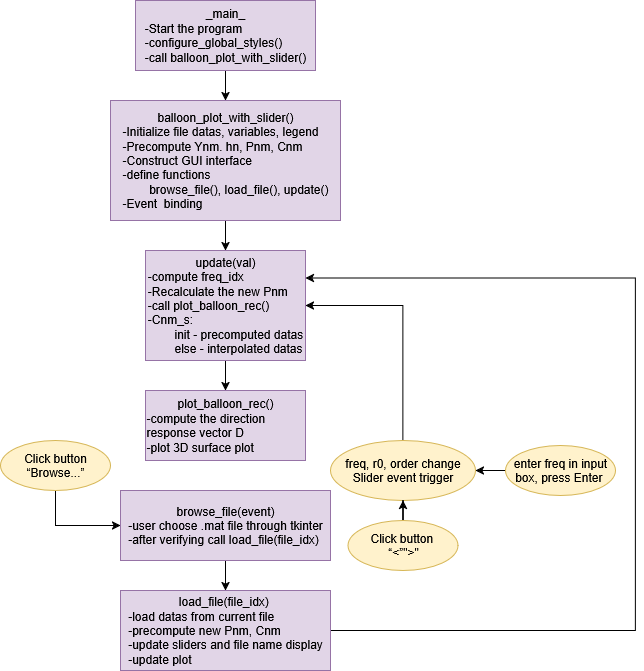
Before: images/workflow.drawio.png, a diagram exported from draw.io (audiolabs/DEISM). Source tidied: cells renumbered, new cells last; positions are measured from the earlier drawing's top-left corner, leaving out a move shared by most shapes.
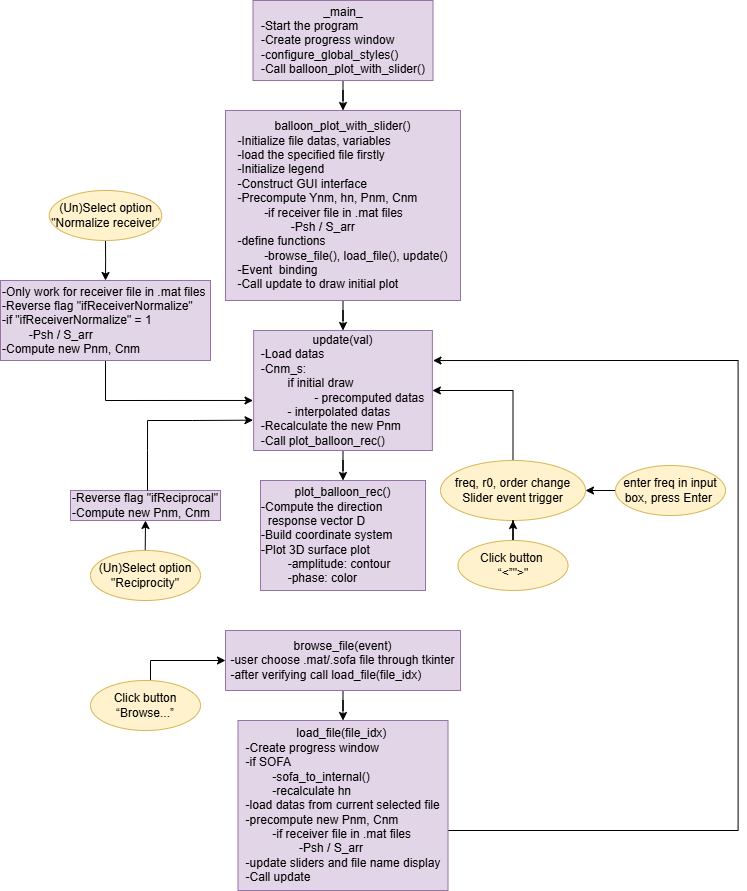
The same diagram one commit later.

What changed in the source:
```diff
@@ -2,57 +2,60 @@
   <root>
     <mxCell id="0" />
     <mxCell id="1" parent="0" />
-    <mxCell id="2" style="edgeStyle=orthogonalEdgeStyle;rounded=0;jettySize=auto;html=1;" parent="1" edge="1" source="3" target="5">
-      <mxGeometry relative="1" as="geometry" />
-    </mxCell>
-    <mxCell id="3" value="_main_&lt;br&gt;&lt;div align=&quot;left&quot;&gt;-Start the program&lt;/div&gt;&lt;div align=&quot;left&quot;&gt;-configure_global_styles()&lt;/div&gt;-call balloon_plot_with_slider()" style="rounded=0;whiteSpace=wrap;html=1;fillColor=#e1d5e7;strokeColor=#9673a6;" parent="1" vertex="1">
-      <mxGeometry x="135" width="180" height="70" as="geometry" />
-    </mxCell>
-    <mxCell id="4" style="edgeStyle=orthogonalEdgeStyle;rounded=0;jettySize=auto;html=1;" parent="1" edge="1" source="5" target="7">
-      <mxGeometry relative="1" as="geometry" />
-    </mxCell>
-    <mxCell id="5" value="balloon_plot_with_slider()&lt;br&gt;&lt;div align=&quot;left&quot;&gt;-Initialize file datas, variables, legend&lt;br&gt;-Precompute Ynm. hn, Pnm, Cnm&lt;br&gt;-Construct GUI interface&lt;br&gt;-define functions&amp;nbsp;&lt;/div&gt;&lt;div align=&quot;left&quot;&gt;&lt;span style=&quot;white-space: pre;&quot;&gt;&#9;&lt;/span&gt;browse_file(), load_file(), update()&lt;br&gt;-Event&amp;nbsp; binding&lt;br&gt;&lt;/div&gt;" style="rounded=0;whiteSpace=wrap;html=1;fillColor=#e1d5e7;strokeColor=#9673a6;" parent="1" vertex="1">
-      <mxGeometry x="110" y="100" width="230" height="120" as="geometry" />
-    </mxCell>
-    <mxCell id="6" style="edgeStyle=orthogonalEdgeStyle;rounded=0;jettySize=auto;html=1;" parent="1" edge="1" source="7" target="8">
-      <mxGeometry relative="1" as="geometry" />
-    </mxCell>
-    <mxCell id="7" value="update(val)&lt;br&gt;&lt;div align=&quot;left&quot;&gt;-compute freq_idx&lt;br&gt;-Recalculate the new Pnm&lt;br&gt;-call plot_balloon_rec()&lt;/div&gt;&lt;div align=&quot;left&quot;&gt;-Cnm_s:&amp;nbsp;&lt;/div&gt;&lt;div align=&quot;left&quot;&gt;&lt;span style=&quot;white-space: pre;&quot;&gt;&#9;&lt;/span&gt;init - precomputed datas&lt;/div&gt;&lt;div align=&quot;left&quot;&gt;&lt;span style=&quot;white-space: pre;&quot;&gt;&#9;&lt;/span&gt;else - interpolated datas&lt;/div&gt;" style="rounded=0;whiteSpace=wrap;html=1;fillColor=#e1d5e7;strokeColor=#9673a6;" parent="1" vertex="1">
-      <mxGeometry x="145" y="250" width="160" height="110" as="geometry" />
-    </mxCell>
-    <mxCell id="8" value="plot_balloon_rec()&lt;br&gt;&lt;div align=&quot;left&quot;&gt;-compute the direction response vector D&lt;br&gt;-plot 3D surface plot&lt;/div&gt;" style="rounded=0;whiteSpace=wrap;html=1;fillColor=#e1d5e7;strokeColor=#9673a6;" parent="1" vertex="1">
-      <mxGeometry x="145" y="390" width="160" height="70" as="geometry" />
-    </mxCell>
-    <mxCell id="9" style="edgeStyle=orthogonalEdgeStyle;rounded=0;jettySize=auto;html=1;" parent="1" edge="1" source="10" target="12">
-      <mxGeometry relative="1" as="geometry" />
-    </mxCell>
-    <mxCell id="10" value="browse_file(event)&lt;br&gt;&lt;div align=&quot;left&quot;&gt;-user choose .mat file through tkinter&lt;br&gt;-after verifying call load_file(file_idx)&lt;/div&gt;" style="rounded=0;whiteSpace=wrap;html=1;fillColor=#e1d5e7;strokeColor=#9673a6;" parent="1" vertex="1">
-      <mxGeometry x="120" y="490" width="210" height="70" as="geometry" />
-    </mxCell>
-    <mxCell id="11" style="edgeStyle=orthogonalEdgeStyle;rounded=0;jettySize=auto;html=1;exitX=1;exitY=0.5;exitDx=0;exitDy=0;entryX=1;entryY=0.25;entryDx=0;entryDy=0;" parent="1" edge="1" source="12" target="7">
-      <mxGeometry relative="1" as="geometry">
-        <Array as="points">
-          <mxPoint x="635" y="630" />
-          <mxPoint x="635" y="278" />
-        </Array>
-      </mxGeometry>
-    </mxCell>
-    <mxCell id="12" value="load_file(file_idx)&amp;nbsp;&lt;br&gt;&lt;div align=&quot;left&quot;&gt;-load datas from current file&lt;br&gt;-precompute new Pnm, Cnm&lt;br&gt;-update sliders and file name display&lt;br&gt;-update plot&lt;/div&gt;" style="rounded=0;whiteSpace=wrap;html=1;fillColor=#e1d5e7;strokeColor=#9673a6;" parent="1" vertex="1">
-      <mxGeometry x="120" y="590" width="210" height="80" as="geometry" />
-    </mxCell>
-    <mxCell id="13" style="edgeStyle=orthogonalEdgeStyle;rounded=0;jettySize=auto;html=1;entryX=0;entryY=0.5;entryDx=0;entryDy=0;" parent="1" edge="1" source="14" target="10">
-      <mxGeometry relative="1" as="geometry">
-        <Array as="points">
-          <mxPoint x="55" y="525" />
-        </Array>
-      </mxGeometry>
-    </mxCell>
+    <mxCell id="21" style="edgeStyle=orthogonalEdgeStyle;rounded=0;jettySize=auto;html=1;" parent="1" edge="1" source="22" target="24">
+      <mxGeometry relative="1" as="geometry" />
+    </mxCell>
+    <mxCell id="22" value="_main_&lt;br&gt;&lt;div align=&quot;left&quot;&gt;-Start the program&lt;/div&gt;&lt;div align=&quot;left&quot;&gt;-Create progress window&lt;/div&gt;&lt;div align=&quot;left&quot;&gt;-configure_global_styles()&lt;/div&gt;-Call balloon_plot_with_slider()" style="rounded=0;whiteSpace=wrap;html=1;fillColor=#e1d5e7;strokeColor=#9673a6;" parent="1" vertex="1">
+      <mxGeometry x="142.5" y="-20" width="180" height="80" as="geometry" />
+    </mxCell>
+    <mxCell id="23" style="edgeStyle=orthogonalEdgeStyle;rounded=0;jettySize=auto;html=1;" parent="1" edge="1" source="24" target="26">
+      <mxGeometry relative="1" as="geometry" />
+    </mxCell>
+    <mxCell id="24" value="balloon_plot_with_slider()&lt;br&gt;&lt;div align=&quot;left&quot;&gt;-Initialize file datas, variables&lt;/div&gt;&lt;div align=&quot;left&quot;&gt;-l&lt;span style=&quot;background-color: transparent; color: light-dark(rgb(0, 0, 0), rgb(255, 255, 255));&quot;&gt;oad the specified&amp;nbsp;file firstly&lt;/span&gt;&lt;/div&gt;&lt;div align=&quot;left&quot;&gt;-Initialize&amp;nbsp;legend&lt;br&gt;-Construct GUI interface&lt;/div&gt;&lt;div align=&quot;left&quot;&gt;-Precompute Ynm, hn, Pnm, Cnm&lt;/div&gt;&lt;div align=&quot;left&quot;&gt;&lt;span style=&quot;white-space: pre;&quot;&gt;&#9;&lt;/span&gt;-if receiver file in .mat files&lt;/div&gt;&lt;div align=&quot;left&quot;&gt;&lt;span style=&quot;white-space: pre;&quot;&gt;&#9;&lt;span style=&quot;white-space: pre;&quot;&gt;&#9;&lt;/span&gt;-P&lt;/span&gt;sh / S_arr&lt;br&gt;-define functions&amp;nbsp;&lt;/div&gt;&lt;div align=&quot;left&quot;&gt;&lt;span style=&quot;white-space: pre;&quot;&gt;&#9;&lt;/span&gt;-browse_file(), load_file(), update()&lt;br&gt;-Event&amp;nbsp; binding&lt;br&gt;&lt;/div&gt;&lt;div align=&quot;left&quot;&gt;-Call update to draw initial plot&lt;/div&gt;" style="rounded=0;whiteSpace=wrap;html=1;fillColor=#e1d5e7;strokeColor=#9673a6;" parent="1" vertex="1">
+      <mxGeometry x="115" y="90" width="235" height="190" as="geometry" />
+    </mxCell>
+    <mxCell id="25" style="edgeStyle=orthogonalEdgeStyle;rounded=0;jettySize=auto;html=1;" parent="1" edge="1" source="26" target="27">
+      <mxGeometry relative="1" as="geometry" />
+    </mxCell>
+    <mxCell id="26" value="update(val)&lt;br&gt;&lt;div align=&quot;left&quot;&gt;-Load datas&lt;/div&gt;&lt;div align=&quot;left&quot;&gt;&lt;div align=&quot;left&quot;&gt;-Cnm_s:&amp;nbsp;&lt;/div&gt;&lt;div align=&quot;left&quot;&gt;&lt;span style=&quot;white-space: pre;&quot;&gt;&#9;&lt;/span&gt;if initial draw&lt;/div&gt;&lt;div align=&quot;left&quot;&gt;&lt;span style=&quot;white-space: pre;&quot;&gt;&#9;&lt;span style=&quot;white-space: pre;&quot;&gt;&#9;&lt;/span&gt;&lt;/span&gt;- precomputed datas&lt;/div&gt;&lt;div align=&quot;left&quot;&gt;&lt;span style=&quot;white-space: pre;&quot;&gt;&#9;&lt;/span&gt;- interpolated datas&lt;/div&gt;-Recalculate the new Pnm&lt;br&gt;-Call plot_balloon_rec()&lt;/div&gt;" style="rounded=0;whiteSpace=wrap;html=1;fillColor=#e1d5e7;strokeColor=#9673a6;" parent="1" vertex="1">
+      <mxGeometry x="143.1" y="310" width="178.8" height="120" as="geometry" />
+    </mxCell>
+    <mxCell id="27" value="plot_balloon_rec()&lt;br&gt;&lt;div align=&quot;left&quot;&gt;-Compute the direction&amp;nbsp; &amp;nbsp; &amp;nbsp; &amp;nbsp; &amp;nbsp; &amp;nbsp; &amp;nbsp; response vector D&lt;/div&gt;&lt;div align=&quot;left&quot;&gt;-Build coordinate system&lt;br&gt;-Plot 3D surface plot&lt;/div&gt;&lt;div align=&quot;left&quot;&gt;&lt;span style=&quot;white-space: pre;&quot;&gt;&#9;&lt;/span&gt;-amplitude: contour&lt;br&gt;&lt;/div&gt;&lt;div align=&quot;left&quot;&gt;&lt;span style=&quot;white-space: pre;&quot;&gt;&#9;&lt;/span&gt;-phase: color&lt;br&gt;&lt;/div&gt;" style="rounded=0;whiteSpace=wrap;html=1;fillColor=#e1d5e7;strokeColor=#9673a6;" parent="1" vertex="1">
+      <mxGeometry x="150" y="460" width="165" height="110" as="geometry" />
+    </mxCell>
+    <mxCell id="28" style="edgeStyle=orthogonalEdgeStyle;rounded=0;jettySize=auto;html=1;" parent="1" edge="1" source="29" target="31">
+      <mxGeometry relative="1" as="geometry" />
+    </mxCell>
+    <mxCell id="29" value="browse_file(event)&lt;br&gt;&lt;div align=&quot;left&quot;&gt;-user choose .mat/.sofa file through tkinter&lt;br&gt;-after verifying call load_file(file_idx)&lt;/div&gt;" style="rounded=0;whiteSpace=wrap;html=1;fillColor=#e1d5e7;strokeColor=#9673a6;" parent="1" vertex="1">
+      <mxGeometry x="115" y="610" width="235" height="60" as="geometry" />
+    </mxCell>
+    <mxCell id="30" style="edgeStyle=orthogonalEdgeStyle;rounded=0;orthogonalLoop=1;jettySize=auto;html=1;exitX=1;exitY=0.5;exitDx=0;exitDy=0;" parent="1" edge="1">
+      <mxGeometry relative="1" as="geometry">
+        <mxPoint x="323.1" y="781.3" as="sourcePoint" />
+        <mxPoint x="322.5" y="340" as="targetPoint" />
+        <Array as="points">
+          <mxPoint x="322.6" y="810" />
+          <mxPoint x="627.6" y="810" />
+          <mxPoint x="627.6" y="340" />
+        </Array>
+      </mxGeometry>
+    </mxCell>
+    <mxCell id="31" value="load_file(file_idx)&amp;nbsp;&lt;div&gt;&lt;div align=&quot;left&quot;&gt;-Create progress window&lt;/div&gt;&lt;div align=&quot;left&quot;&gt;&lt;div align=&quot;left&quot;&gt;-if SOFA&lt;/div&gt;&lt;div align=&quot;left&quot;&gt;&lt;span style=&quot;white-space: pre;&quot;&gt;&#9;&lt;/span&gt;-sofa_to_internal()&lt;/div&gt;&lt;div align=&quot;left&quot;&gt;&lt;span style=&quot;white-space: pre;&quot;&gt;&#9;&lt;/span&gt;-recalculate hn&lt;br&gt;&lt;/div&gt;&lt;/div&gt;&lt;div align=&quot;left&quot;&gt;-load datas from current selected file&lt;/div&gt;&lt;div align=&quot;left&quot;&gt;-precompute new Pnm, Cnm&lt;/div&gt;&lt;div align=&quot;left&quot;&gt;&lt;span style=&quot;white-space: pre;&quot;&gt;&#9;&lt;/span&gt;&lt;span style=&quot;background-color: transparent; color: light-dark(rgb(0, 0, 0), rgb(255, 255, 255)); text-align: center;&quot;&gt;-if receiver file in .mat files&lt;/span&gt;&lt;/div&gt;&lt;div align=&quot;left&quot;&gt;&lt;span style=&quot;white-space: pre;&quot;&gt;&#9;&lt;span style=&quot;white-space: pre;&quot;&gt;&#9;&lt;/span&gt;-P&lt;/span&gt;sh / S_arr&lt;span style=&quot;background-color: transparent; color: light-dark(rgb(0, 0, 0), rgb(255, 255, 255)); text-align: center; white-space: pre;&quot;&gt;&#9;&lt;/span&gt;&lt;/div&gt;&lt;div align=&quot;left&quot;&gt;-update sliders and file name display&lt;br&gt;-Call update&lt;br&gt;&lt;/div&gt;&lt;/div&gt;" style="rounded=0;whiteSpace=wrap;html=1;fillColor=#e1d5e7;strokeColor=#9673a6;" parent="1" vertex="1">
+      <mxGeometry x="127.5" y="700" width="210" height="170" as="geometry" />
+    </mxCell>
+    <mxCell id="32" style="edgeStyle=orthogonalEdgeStyle;rounded=0;jettySize=auto;html=1;entryX=0;entryY=0.5;entryDx=0;entryDy=0;" parent="1" edge="1" source="14" target="29">
+      <mxGeometry relative="1" as="geometry">
+        <Array as="points">
+          <mxPoint x="40" y="640" />
+        </Array>
+      </mxGeometry>
+    </mxCell>
     <mxCell id="14" value="Click button “Browse...”" style="ellipse;whiteSpace=wrap;html=1;fillColor=#fff2cc;strokeColor=#d6b656;" parent="1" vertex="1">
-      <mxGeometry y="440" width="110" height="50" as="geometry" />
+      <mxGeometry x="-20" y="660" width="110" height="50" as="geometry" />
     </mxCell>
-    <mxCell id="15" style="edgeStyle=orthogonalEdgeStyle;rounded=0;jettySize=auto;html=1;exitX=0.5;exitY=0;exitDx=0;exitDy=0;entryX=1;entryY=0.5;entryDx=0;entryDy=0;" parent="1" edge="1" source="16" target="7">
-      <mxGeometry relative="1" as="geometry" />
-    </mxCell>
+    <mxCell id="33" style="edgeStyle=orthogonalEdgeStyle;rounded=0;jettySize=auto;html=1;exitX=0.5;exitY=0;exitDx=0;exitDy=0;entryX=1;entryY=0.5;entryDx=0;entryDy=0;" parent="1" edge="1" source="16" target="26">
+      <mxGeometry relative="1" as="geometry" />
+    </mxCell>
     <mxCell id="16" value="&lt;div&gt;freq, r0, order change&lt;/div&gt;&lt;div&gt;Slider event trigger&lt;/div&gt;" style="ellipse;whiteSpace=wrap;html=1;fillColor=#fff2cc;strokeColor=#d6b656;" parent="1" vertex="1">
       <mxGeometry x="330" y="440" width="145" height="60" as="geometry" />
     </mxCell>
@@ -68,5 +71,44 @@
     <mxCell id="20" value="enter freq in input box, press Enter&amp;nbsp;" style="ellipse;whiteSpace=wrap;html=1;fillColor=#fff2cc;strokeColor=#d6b656;" parent="1" vertex="1">
       <mxGeometry x="505" y="445" width="110" height="50" as="geometry" />
     </mxCell>
+    <mxCell id="34" style="edgeStyle=orthogonalEdgeStyle;rounded=0;jettySize=auto;html=1;entryX=0.5;entryY=1;entryDx=0;entryDy=0;" parent="1" edge="1" target="36">
+      <mxGeometry relative="1" as="geometry">
+        <mxPoint x="34.7" y="535" as="sourcePoint" />
+      </mxGeometry>
+    </mxCell>
+    <mxCell id="35" value="(Un)Select option &quot;Reciprocity&quot;" style="ellipse;whiteSpace=wrap;html=1;fillColor=#fff2cc;strokeColor=#d6b656;" parent="1" vertex="1">
+      <mxGeometry x="-20" y="530" width="110" height="50" as="geometry" />
+    </mxCell>
+    <mxCell id="36" value="&lt;div&gt;-Reverse flag &quot;ifReciprocal&quot;&lt;/div&gt;-Compute new Pnm, Cnm" style="rounded=0;whiteSpace=wrap;html=1;fillColor=#e1d5e7;strokeColor=#9673a6;align=left;" parent="1" vertex="1">
+      <mxGeometry x="-40" y="470" width="150" height="30" as="geometry" />
+    </mxCell>
+    <mxCell id="37" style="edgeStyle=orthogonalEdgeStyle;rounded=0;jettySize=auto;html=1;entryX=0.5;entryY=0;entryDx=0;entryDy=0;" parent="1" edge="1" source="38" target="40">
+      <mxGeometry relative="1" as="geometry" />
+    </mxCell>
+    <mxCell id="38" value="(Un)Select option &quot;Normalize receiver&quot;" style="ellipse;whiteSpace=wrap;html=1;fillColor=#fff2cc;strokeColor=#d6b656;" parent="1" vertex="1">
+      <mxGeometry x="-61.2" y="170" width="112.5" height="50" as="geometry" />
+    </mxCell>
+    <mxCell id="39" style="edgeStyle=orthogonalEdgeStyle;rounded=0;jettySize=auto;html=1;exitX=0.5;exitY=1;exitDx=0;exitDy=0;entryX=0.038;entryY=0.583;entryDx=0;entryDy=0;entryPerimeter=0;" parent="1" edge="1" source="40">
+      <mxGeometry relative="1" as="geometry">
+        <mxPoint x="142.5" y="380" as="targetPoint" />
+        <Array as="points">
+          <mxPoint x="-5" y="380" />
+        </Array>
+      </mxGeometry>
+    </mxCell>
+    <mxCell id="40" value="&lt;div&gt;&lt;span style=&quot;background-color: transparent; color: light-dark(rgb(0, 0, 0), rgb(255, 255, 255));&quot;&gt;-Only work for receiver file in .mat files&lt;/span&gt;&lt;/div&gt;&lt;div&gt;-Reverse flag &quot;ifReceiverNormalize&quot;&lt;span style=&quot;background-color: transparent; color: light-dark(rgb(0, 0, 0), rgb(255, 255, 255));&quot;&gt;&lt;/span&gt;&lt;/div&gt;&lt;div&gt;-if&amp;nbsp;&lt;span style=&quot;background-color: transparent; color: light-dark(rgb(0, 0, 0), rgb(255, 255, 255));&quot;&gt;&quot;ifReceiverNormalize&quot; = 1&lt;/span&gt;&lt;/div&gt;&lt;div&gt;&lt;span style=&quot;background-color: transparent; color: light-dark(rgb(0, 0, 0), rgb(255, 255, 255)); white-space: pre;&quot;&gt;&lt;span style=&quot;white-space: pre;&quot;&gt;&#9;&lt;/span&gt;-P&lt;/span&gt;&lt;span style=&quot;background-color: transparent; color: light-dark(rgb(0, 0, 0), rgb(255, 255, 255));&quot;&gt;sh / S_arr&lt;/span&gt;&lt;/div&gt;&lt;div&gt;-Compute new Pnm, Cnm&lt;/div&gt;" style="rounded=0;whiteSpace=wrap;html=1;fillColor=#e1d5e7;strokeColor=#9673a6;align=left;" parent="1" vertex="1">
+      <mxGeometry x="-110" y="260" width="210" height="80" as="geometry" />
+    </mxCell>
+    <mxCell id="41" style="endArrow=classic;html=1;rounded=0;entryX=-0.015;entryY=0.664;entryDx=0;entryDy=0;entryPerimeter=0;" parent="1" edge="1">
+      <mxGeometry relative="1" as="geometry">
+        <mxPoint x="37" y="470" as="sourcePoint" />
+        <mxPoint x="142.5" y="399.7" as="targetPoint" />
+        <Array as="points">
+          <mxPoint x="37" y="430" />
+          <mxPoint x="37.1" y="400" />
+          <mxPoint x="82.1" y="400" />
+        </Array>
+      </mxGeometry>
+    </mxCell>
   </root>
 </mxGraphModel>
```
